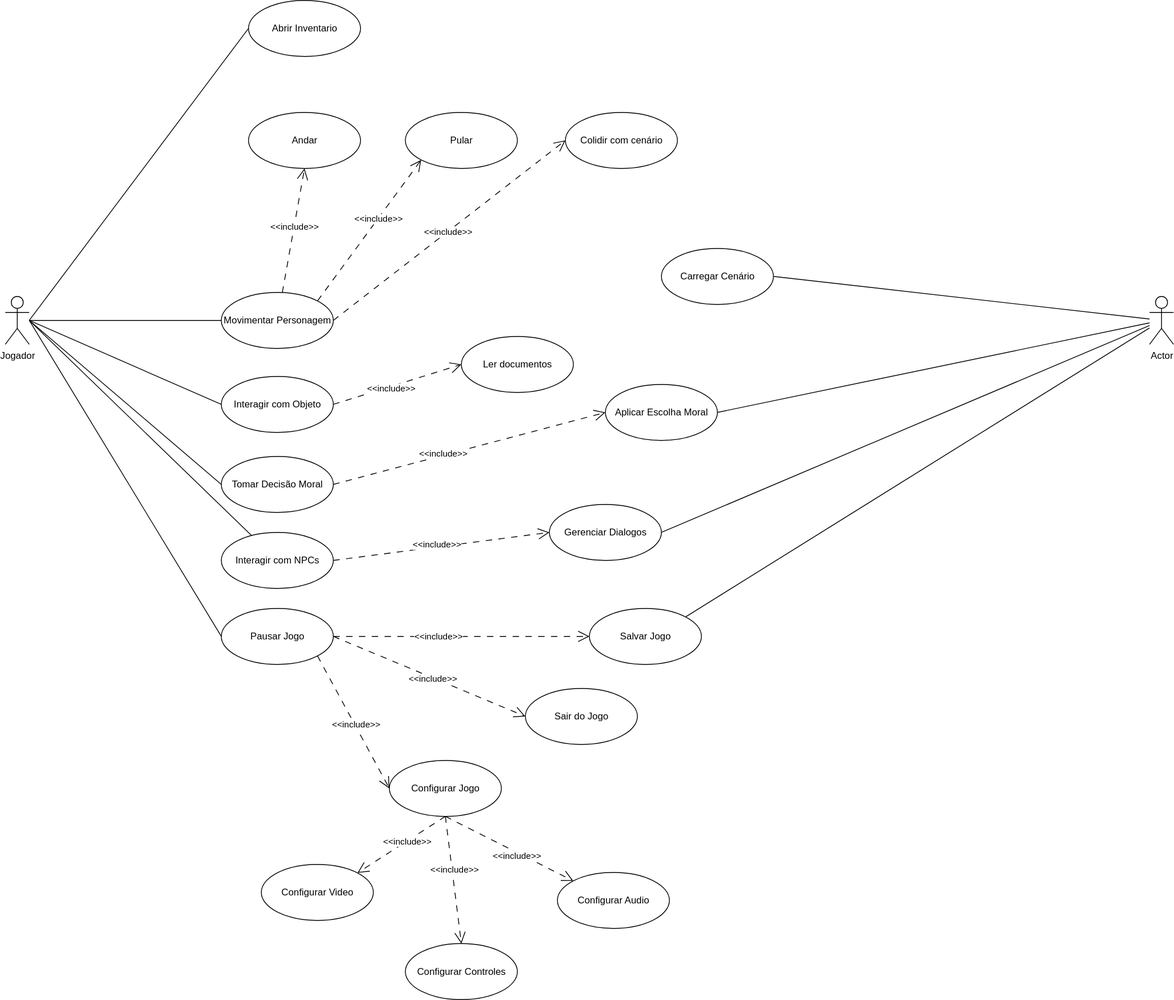
omatheusfaria/ani-jornada-da-virtude keeps this draw.io diagram as docs/diagramas/caso-de-uso.drawio.svg. Above is the earlier version. Source tidied: cells renumbered, new cells last; positions are measured from the earlier drawing's top-left corner, leaving out a move shared by most shapes. Source of this version:
```xml
<mxGraphModel>
  <root>
    <mxCell id="0" />
    <mxCell id="1" parent="0" />
    <mxCell id="2" style="rounded=0;jettySize=auto;html=1;entryX=0;entryY=0.5;entryDx=0;entryDy=0;endArrow=none;endFill=0;" parent="1" edge="1" source="7" target="14">
      <mxGeometry relative="1" as="geometry" />
    </mxCell>
    <mxCell id="3" style="rounded=0;jettySize=auto;html=1;entryX=0;entryY=0.5;entryDx=0;entryDy=0;endArrow=none;endFill=0;" parent="1" edge="1" target="18">
      <mxGeometry relative="1" as="geometry">
        <mxPoint x="30" y="400" as="sourcePoint" />
      </mxGeometry>
    </mxCell>
    <mxCell id="4" style="rounded=0;jettySize=auto;html=1;entryX=0;entryY=0.5;entryDx=0;entryDy=0;endArrow=none;endFill=0;" parent="1" edge="1" target="27">
      <mxGeometry relative="1" as="geometry">
        <mxPoint x="30" y="400" as="sourcePoint" />
      </mxGeometry>
    </mxCell>
    <mxCell id="5" style="rounded=0;jettySize=auto;html=1;entryX=0;entryY=0.5;entryDx=0;entryDy=0;endArrow=none;endFill=0;" parent="1" edge="1" target="42">
      <mxGeometry relative="1" as="geometry">
        <mxPoint x="30" y="400" as="sourcePoint" />
      </mxGeometry>
    </mxCell>
    <mxCell id="6" style="rounded=0;jettySize=auto;html=1;entryX=0;entryY=0.5;entryDx=0;entryDy=0;endArrow=none;endFill=0;" parent="1" edge="1" target="55">
      <mxGeometry relative="1" as="geometry">
        <mxPoint x="30" y="400" as="sourcePoint" />
      </mxGeometry>
    </mxCell>
    <mxCell id="7" value="&lt;div&gt;Jogador&lt;/div&gt;" style="shape=umlActor;verticalLabelPosition=bottom;verticalAlign=top;html=1;outlineConnect=0;" parent="1" vertex="1">
      <mxGeometry y="370" width="30" height="60" as="geometry" />
    </mxCell>
    <mxCell id="8" style="rounded=0;jettySize=auto;html=1;entryX=0.5;entryY=1;entryDx=0;entryDy=0;dashed=1;dashPattern=8 8;endArrow=open;endFill=0;endSize=12;" parent="1" edge="1" source="14" target="54">
      <mxGeometry relative="1" as="geometry" />
    </mxCell>
    <mxCell id="9" value="&lt;div&gt;&amp;lt;&amp;lt;include&amp;gt;&amp;gt;&lt;/div&gt;" style="edgeLabel;html=1;align=center;verticalAlign=middle;" parent="8" vertex="1">
      <mxGeometry x="0.07" y="1" relative="1" as="geometry" />
    </mxCell>
    <mxCell id="10" style="rounded=0;jettySize=auto;html=1;exitX=1;exitY=0;exitDx=0;exitDy=0;entryX=0;entryY=1;entryDx=0;entryDy=0;dashed=1;dashPattern=8 8;endArrow=open;endFill=0;endSize=12;" parent="1" edge="1" source="14" target="53">
      <mxGeometry relative="1" as="geometry" />
    </mxCell>
    <mxCell id="11" value="&amp;lt;&amp;lt;include&amp;gt;&amp;gt;" style="edgeLabel;html=1;align=center;verticalAlign=middle;" parent="10" vertex="1">
      <mxGeometry x="0.16" y="1" relative="1" as="geometry" />
    </mxCell>
    <mxCell id="12" style="rounded=0;jettySize=auto;html=1;exitX=1;exitY=0.5;exitDx=0;exitDy=0;entryX=0;entryY=0.5;entryDx=0;entryDy=0;dashed=1;dashPattern=8 8;endArrow=open;endFill=0;endSize=12;" parent="1" edge="1" source="14" target="15">
      <mxGeometry relative="1" as="geometry" />
    </mxCell>
    <mxCell id="13" value="&amp;lt;&amp;lt;include&amp;gt;&amp;gt;" style="edgeLabel;html=1;align=center;verticalAlign=middle;" parent="12" vertex="1">
      <mxGeometry x="-0.02" y="1" relative="1" as="geometry">
        <mxPoint y="-1" as="offset" />
      </mxGeometry>
    </mxCell>
    <mxCell id="14" value="Movimentar Personagem" style="ellipse;whiteSpace=wrap;html=1;" parent="1" vertex="1">
      <mxGeometry x="270" y="365" width="140" height="70" as="geometry" />
    </mxCell>
    <mxCell id="15" value="Colidir com cenário" style="ellipse;whiteSpace=wrap;html=1;" parent="1" vertex="1">
      <mxGeometry x="700" y="140" width="140" height="70" as="geometry" />
    </mxCell>
    <mxCell id="16" style="rounded=0;jettySize=auto;html=1;exitX=1;exitY=0.5;exitDx=0;exitDy=0;entryX=0;entryY=0.5;entryDx=0;entryDy=0;endArrow=open;endFill=0;dashed=1;dashPattern=8 8;endSize=12;" parent="1" edge="1" source="18" target="23">
      <mxGeometry relative="1" as="geometry" />
    </mxCell>
    <mxCell id="17" value="&amp;lt;&amp;lt;include&amp;gt;&amp;gt;" style="edgeLabel;html=1;align=center;verticalAlign=middle;" parent="16" vertex="1">
      <mxGeometry x="-0.12" y="-1" relative="1" as="geometry" />
    </mxCell>
    <mxCell id="18" value="Interagir com Objeto" style="ellipse;whiteSpace=wrap;html=1;" parent="1" vertex="1">
      <mxGeometry x="270" y="470" width="140" height="70" as="geometry" />
    </mxCell>
    <mxCell id="19" style="rounded=0;jettySize=auto;html=1;endArrow=none;endFill=0;" parent="1" edge="1" source="22">
      <mxGeometry relative="1" as="geometry">
        <mxPoint x="30" y="400" as="targetPoint" />
      </mxGeometry>
    </mxCell>
    <mxCell id="20" style="rounded=0;jettySize=auto;html=1;exitX=1;exitY=0.5;exitDx=0;exitDy=0;entryX=0;entryY=0.5;entryDx=0;entryDy=0;endArrow=open;endFill=0;dashed=1;dashPattern=8 8;endSize=12;" parent="1" edge="1" source="22" target="24">
      <mxGeometry relative="1" as="geometry" />
    </mxCell>
    <mxCell id="21" value="&amp;lt;&amp;lt;include&amp;gt;&amp;gt;" style="edgeLabel;html=1;align=center;verticalAlign=middle;" parent="20" vertex="1">
      <mxGeometry x="-0.04" y="4" relative="1" as="geometry" />
    </mxCell>
    <mxCell id="22" value="Interagir com NPCs" style="ellipse;whiteSpace=wrap;html=1;" parent="1" vertex="1">
      <mxGeometry x="270" y="665" width="140" height="70" as="geometry" />
    </mxCell>
    <mxCell id="23" value="Ler documentos" style="ellipse;whiteSpace=wrap;html=1;" parent="1" vertex="1">
      <mxGeometry x="570" y="420" width="140" height="70" as="geometry" />
    </mxCell>
    <mxCell id="24" value="Gerenciar Dialogos" style="ellipse;whiteSpace=wrap;html=1;" parent="1" vertex="1">
      <mxGeometry x="680" y="630" width="140" height="70" as="geometry" />
    </mxCell>
    <mxCell id="25" style="rounded=0;jettySize=auto;html=1;exitX=1;exitY=0.5;exitDx=0;exitDy=0;entryX=0;entryY=0.5;entryDx=0;entryDy=0;dashed=1;dashPattern=8 8;endArrow=open;endFill=0;endSize=12;" parent="1" edge="1" source="27" target="49">
      <mxGeometry relative="1" as="geometry" />
    </mxCell>
    <mxCell id="26" value="&amp;lt;&amp;lt;include&amp;gt;&amp;gt;" style="edgeLabel;html=1;align=center;verticalAlign=middle;" parent="25" vertex="1">
      <mxGeometry x="-0.19" y="4" relative="1" as="geometry" />
    </mxCell>
    <mxCell id="27" value="Tomar Decisão Moral" style="ellipse;whiteSpace=wrap;html=1;" parent="1" vertex="1">
      <mxGeometry x="270" y="570" width="140" height="70" as="geometry" />
    </mxCell>
    <mxCell id="28" value="Salvar Jogo" style="ellipse;whiteSpace=wrap;html=1;" parent="1" vertex="1">
      <mxGeometry x="730" y="760" width="140" height="70" as="geometry" />
    </mxCell>
    <mxCell id="29" style="rounded=0;jettySize=auto;html=1;exitX=0.5;exitY=1;exitDx=0;exitDy=0;entryX=1;entryY=0;entryDx=0;entryDy=0;dashed=1;dashPattern=8 8;endArrow=open;endFill=0;endSize=12;" parent="1" edge="1" source="35" target="50">
      <mxGeometry relative="1" as="geometry" />
    </mxCell>
    <mxCell id="30" value="&amp;lt;&amp;lt;include&amp;gt;&amp;gt;" style="edgeLabel;html=1;align=center;verticalAlign=middle;" parent="29" vertex="1">
      <mxGeometry x="0.26" y="2" relative="1" as="geometry">
        <mxPoint x="19" y="-16" as="offset" />
      </mxGeometry>
    </mxCell>
    <mxCell id="31" style="rounded=0;jettySize=auto;html=1;exitX=0.5;exitY=1;exitDx=0;exitDy=0;entryX=0.5;entryY=0;entryDx=0;entryDy=0;dashed=1;dashPattern=8 8;endArrow=open;endFill=0;endSize=12;" parent="1" edge="1" source="35" target="51">
      <mxGeometry relative="1" as="geometry" />
    </mxCell>
    <mxCell id="32" value="&amp;lt;&amp;lt;include&amp;gt;&amp;gt;" style="edgeLabel;html=1;align=center;verticalAlign=middle;" parent="31" vertex="1">
      <mxGeometry x="-0.17" y="2" relative="1" as="geometry" />
    </mxCell>
    <mxCell id="33" style="rounded=0;jettySize=auto;html=1;exitX=0.5;exitY=1;exitDx=0;exitDy=0;entryX=0;entryY=0;entryDx=0;entryDy=0;endArrow=open;endFill=0;dashed=1;dashPattern=8 8;endSize=12;" parent="1" edge="1" source="35" target="52">
      <mxGeometry relative="1" as="geometry" />
    </mxCell>
    <mxCell id="34" value="&amp;lt;&amp;lt;include&amp;gt;&amp;gt;" style="edgeLabel;html=1;align=center;verticalAlign=middle;" parent="33" vertex="1">
      <mxGeometry x="0.13" y="-3" relative="1" as="geometry" />
    </mxCell>
    <mxCell id="35" value="Configurar Jogo" style="ellipse;whiteSpace=wrap;html=1;" parent="1" vertex="1">
      <mxGeometry x="480" y="950" width="140" height="70" as="geometry" />
    </mxCell>
    <mxCell id="36" style="rounded=0;jettySize=auto;html=1;exitX=1;exitY=1;exitDx=0;exitDy=0;entryX=0;entryY=0.5;entryDx=0;entryDy=0;dashed=1;dashPattern=8 8;endArrow=open;endFill=0;endSize=12;" parent="1" edge="1" source="42" target="35">
      <mxGeometry relative="1" as="geometry" />
    </mxCell>
    <mxCell id="37" value="&amp;lt;&amp;lt;include&amp;gt;&amp;gt;" style="edgeLabel;html=1;align=center;verticalAlign=middle;" parent="36" vertex="1">
      <mxGeometry x="0.04" y="-4" relative="1" as="geometry">
        <mxPoint x="4" y="-3" as="offset" />
      </mxGeometry>
    </mxCell>
    <mxCell id="38" style="rounded=0;jettySize=auto;html=1;exitX=1;exitY=0.5;exitDx=0;exitDy=0;entryX=0;entryY=0.5;entryDx=0;entryDy=0;endArrow=open;endFill=0;dashed=1;dashPattern=8 8;endSize=12;" parent="1" edge="1" source="42" target="43">
      <mxGeometry relative="1" as="geometry" />
    </mxCell>
    <mxCell id="39" value="&amp;lt;&amp;lt;include&amp;gt;&amp;gt;" style="edgeLabel;html=1;align=center;verticalAlign=middle;" parent="38" vertex="1">
      <mxGeometry x="0.02" y="-1" relative="1" as="geometry" />
    </mxCell>
    <mxCell id="40" style="rounded=0;jettySize=auto;html=1;entryX=0;entryY=0.5;entryDx=0;entryDy=0;endArrow=open;endFill=0;endSize=12;dashed=1;dashPattern=8 8;" parent="1" edge="1" source="42" target="28">
      <mxGeometry relative="1" as="geometry" />
    </mxCell>
    <mxCell id="41" value="&amp;lt;&amp;lt;include&amp;gt;&amp;gt;" style="edgeLabel;html=1;align=center;verticalAlign=middle;" parent="40" vertex="1">
      <mxGeometry x="-0.19" y="1" relative="1" as="geometry" />
    </mxCell>
    <mxCell id="42" value="Pausar Jogo" style="ellipse;whiteSpace=wrap;html=1;" parent="1" vertex="1">
      <mxGeometry x="270" y="760" width="140" height="70" as="geometry" />
    </mxCell>
    <mxCell id="43" value="Sair do Jogo" style="ellipse;whiteSpace=wrap;html=1;" parent="1" vertex="1">
      <mxGeometry x="650" y="860" width="140" height="70" as="geometry" />
    </mxCell>
    <mxCell id="44" style="rounded=0;jettySize=auto;html=1;entryX=1;entryY=0;entryDx=0;entryDy=0;endArrow=none;endFill=0;" parent="1" edge="1" source="48" target="28">
      <mxGeometry relative="1" as="geometry" />
    </mxCell>
    <mxCell id="45" style="rounded=0;jettySize=auto;html=1;entryX=1;entryY=0.5;entryDx=0;entryDy=0;endArrow=none;endFill=0;" parent="1" edge="1" source="48" target="49">
      <mxGeometry relative="1" as="geometry" />
    </mxCell>
    <mxCell id="46" style="rounded=0;jettySize=auto;html=1;entryX=1;entryY=0.5;entryDx=0;entryDy=0;endArrow=none;endFill=0;" parent="1" edge="1" source="48" target="24">
      <mxGeometry relative="1" as="geometry" />
    </mxCell>
    <mxCell id="47" style="rounded=0;jettySize=auto;html=1;entryX=1;entryY=0.5;entryDx=0;entryDy=0;endArrow=none;endFill=0;" parent="1" edge="1" source="48" target="56">
      <mxGeometry relative="1" as="geometry" />
    </mxCell>
    <mxCell id="48" value="Actor" style="shape=umlActor;verticalLabelPosition=bottom;verticalAlign=top;html=1;" parent="1" vertex="1">
      <mxGeometry x="1430" y="370" width="30" height="60" as="geometry" />
    </mxCell>
    <mxCell id="49" value="Aplicar Escolha Moral" style="ellipse;whiteSpace=wrap;html=1;" parent="1" vertex="1">
      <mxGeometry x="750" y="480" width="140" height="70" as="geometry" />
    </mxCell>
    <mxCell id="50" value="Configurar Video" style="ellipse;whiteSpace=wrap;html=1;" parent="1" vertex="1">
      <mxGeometry x="320" y="1080" width="140" height="70" as="geometry" />
    </mxCell>
    <mxCell id="51" value="Configurar Controles" style="ellipse;whiteSpace=wrap;html=1;" parent="1" vertex="1">
      <mxGeometry x="500" y="1179" width="140" height="70" as="geometry" />
    </mxCell>
    <mxCell id="52" value="Configurar Audio" style="ellipse;whiteSpace=wrap;html=1;" parent="1" vertex="1">
      <mxGeometry x="690" y="1090" width="140" height="70" as="geometry" />
    </mxCell>
    <mxCell id="53" value="Pular" style="ellipse;whiteSpace=wrap;html=1;" parent="1" vertex="1">
      <mxGeometry x="500" y="140" width="140" height="70" as="geometry" />
    </mxCell>
    <mxCell id="54" value="Andar" style="ellipse;whiteSpace=wrap;html=1;" parent="1" vertex="1">
      <mxGeometry x="304" y="140" width="140" height="70" as="geometry" />
    </mxCell>
    <mxCell id="55" value="Abrir Inventario" style="ellipse;whiteSpace=wrap;html=1;" parent="1" vertex="1">
      <mxGeometry x="304" width="140" height="70" as="geometry" />
    </mxCell>
    <mxCell id="56" value="Carregar Cenário" style="ellipse;whiteSpace=wrap;html=1;" parent="1" vertex="1">
      <mxGeometry x="820" y="310" width="140" height="70" as="geometry" />
    </mxCell>
  </root>
</mxGraphModel>
```
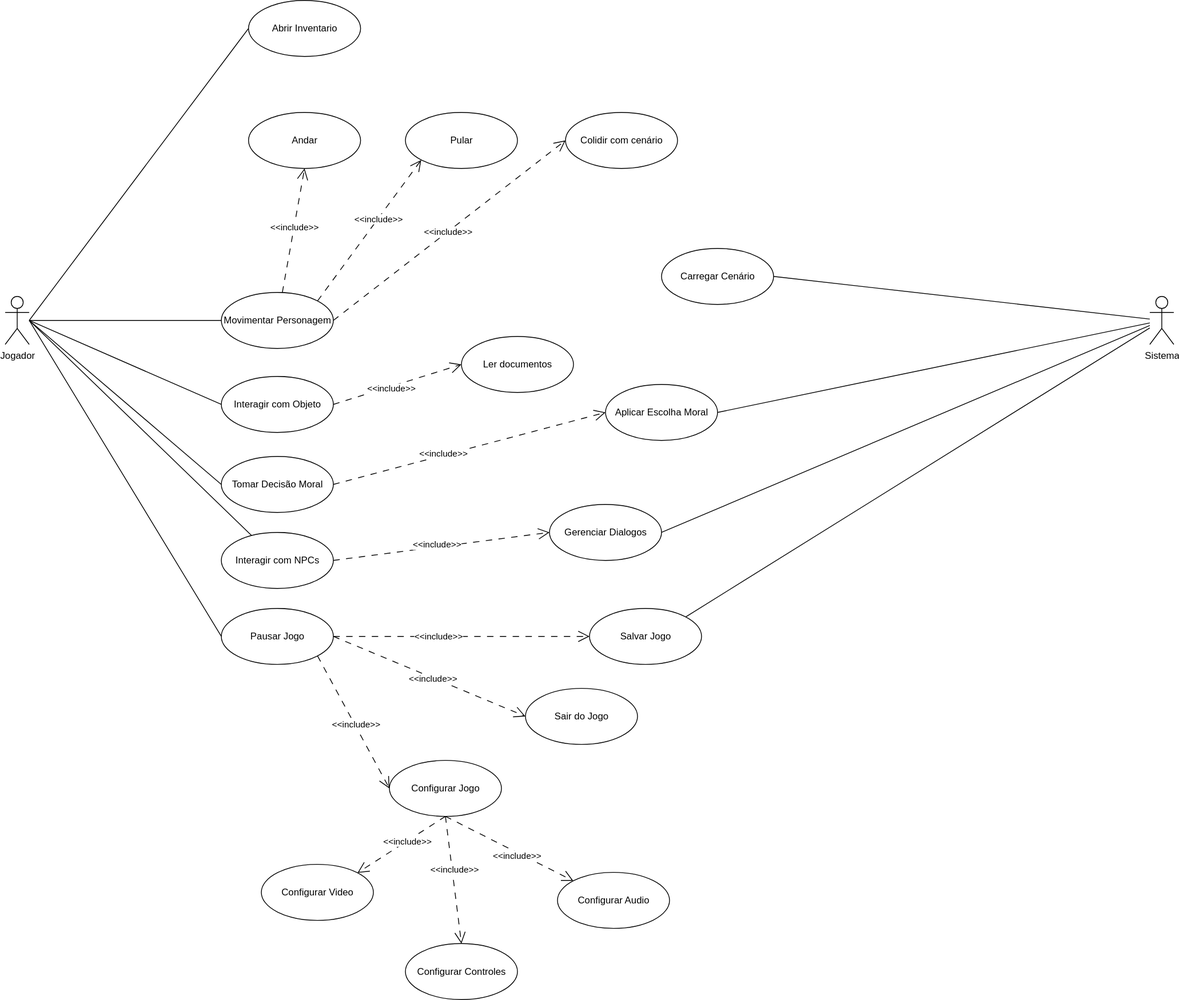
The same diagram one commit later.

Commit message:
docs: Adicionar Caso de Uso Completo

Change to the diagram source:
```diff
@@ -156,7 +156,7 @@
     <mxCell id="47" style="rounded=0;jettySize=auto;html=1;entryX=1;entryY=0.5;entryDx=0;entryDy=0;endArrow=none;endFill=0;" parent="1" edge="1" source="48" target="56">
       <mxGeometry relative="1" as="geometry" />
     </mxCell>
-    <mxCell id="48" value="Actor" style="shape=umlActor;verticalLabelPosition=bottom;verticalAlign=top;html=1;" parent="1" vertex="1">
+    <mxCell id="48" value="&lt;div&gt;Sistema&lt;/div&gt;" style="shape=umlActor;verticalLabelPosition=bottom;verticalAlign=top;html=1;" parent="1" vertex="1">
       <mxGeometry x="1430" y="370" width="30" height="60" as="geometry" />
     </mxCell>
     <mxCell id="49" value="Aplicar Escolha Moral" style="ellipse;whiteSpace=wrap;html=1;" parent="1" vertex="1">
```
